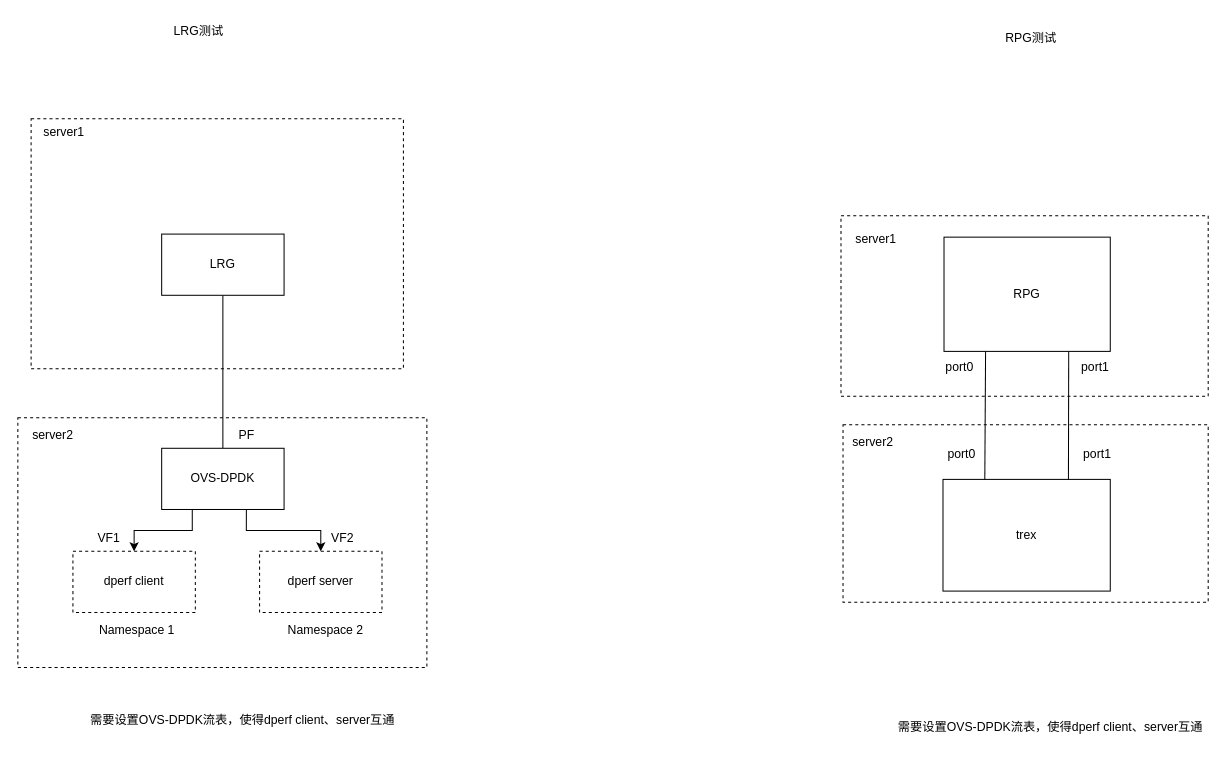
Earlier version of the draw.io diagram page "ovs dpdk业务测试" (8 of 8) of dpdk.drawio (imoceanking/drawio). Source tidied: cells renumbered, new cells numbered last; positions are measured from the earlier drawing's top-left corner, leaving out a move shared by most shapes. Both pictures are drawn from the tidied source at 102%, with x=0, y=0 at pixel (17, 17).
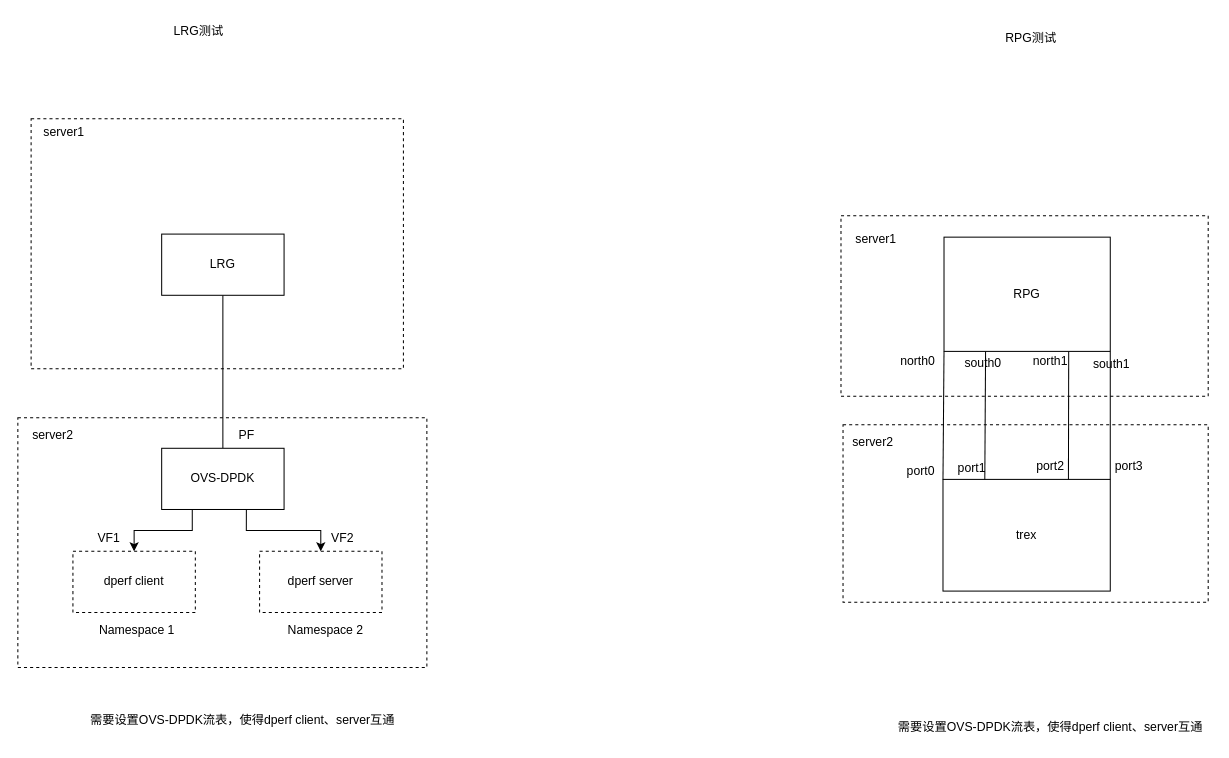
The same diagram, later.

Unchanged cells that the change refers to:
```xml
<mxCell id="23" value="RPG" style="rounded=0;whiteSpace=wrap;html=1;" parent="1" vertex="1">
  <mxGeometry x="908" y="215" width="163" height="112" as="geometry" />
</mxCell>
<mxCell id="27" value="trex" style="rounded=0;whiteSpace=wrap;html=1;" parent="1" vertex="1">
  <mxGeometry x="907" y="452.5" width="164" height="109.5" as="geometry" />
</mxCell>
```

Change to the diagram source:
```diff
@@
-    <mxCell id="30" value="port0" style="text;html=1;align=center;verticalAlign=middle;strokeColor=none;fillColor=none;" parent="1" vertex="1">
-      <mxGeometry x="900" y="330" width="45" height="26" as="geometry" />
+    <mxCell id="30" value="south0" style="text;html=1;align=center;verticalAlign=middle;strokeColor=none;fillColor=none;" parent="1" vertex="1">
+      <mxGeometry x="918.5" y="326" width="54" height="26" as="geometry" />
     </mxCell>
-    <mxCell id="31" value="port1" style="text;html=1;align=center;verticalAlign=middle;strokeColor=none;fillColor=none;" parent="1" vertex="1">
-      <mxGeometry x="1033" y="330" width="45" height="26" as="geometry" />
+    <mxCell id="31" value="north1" style="text;html=1;align=center;verticalAlign=middle;strokeColor=none;fillColor=none;" parent="1" vertex="1">
+      <mxGeometry x="986" y="324" width="52" height="26" as="geometry" />
     </mxCell>
     <mxCell id="32" value="port0" style="text;html=1;align=center;verticalAlign=middle;strokeColor=none;fillColor=none;" parent="1" vertex="1">
-      <mxGeometry x="902" y="415" width="45" height="26" as="geometry" />
+      <mxGeometry x="862" y="432" width="45" height="26" as="geometry" />
     </mxCell>
     <mxCell id="33" value="port1" style="text;html=1;align=center;verticalAlign=middle;strokeColor=none;fillColor=none;" parent="1" vertex="1">
-      <mxGeometry x="1035" y="415" width="45" height="26" as="geometry" />
+      <mxGeometry x="912" y="429" width="45" height="26" as="geometry" />
     </mxCell>
+    <mxCell id="34" style="endArrow=none;html=1;rounded=0;entryX=0;entryY=1;entryDx=0;entryDy=0;exitX=0;exitY=0;exitDx=0;exitDy=0;" parent="1" edge="1" source="27" target="23">
+      <mxGeometry relative="1" as="geometry" />
+    </mxCell>
+    <mxCell id="35" style="endArrow=none;html=1;rounded=0;exitX=1;exitY=0;exitDx=0;exitDy=0;entryX=1;entryY=1;entryDx=0;entryDy=0;" parent="1" edge="1" source="27" target="23">
+      <mxGeometry relative="1" as="geometry" />
+    </mxCell>
+    <mxCell id="36" value="north0" style="text;html=1;align=center;verticalAlign=middle;strokeColor=none;fillColor=none;" parent="1" vertex="1">
+      <mxGeometry x="856" y="324" width="52" height="26" as="geometry" />
+    </mxCell>
+    <mxCell id="37" value="south1" style="text;html=1;align=center;verticalAlign=middle;strokeColor=none;fillColor=none;" parent="1" vertex="1">
+      <mxGeometry x="1045" y="327" width="54" height="26" as="geometry" />
+    </mxCell>
+    <mxCell id="38" value="port2" style="text;html=1;align=center;verticalAlign=middle;strokeColor=none;fillColor=none;" parent="1" vertex="1">
+      <mxGeometry x="989" y="426.5" width="45" height="26" as="geometry" />
+    </mxCell>
+    <mxCell id="39" value="port3" style="text;html=1;align=center;verticalAlign=middle;strokeColor=none;fillColor=none;" parent="1" vertex="1">
+      <mxGeometry x="1066" y="426.5" width="45" height="26" as="geometry" />
+    </mxCell>
```
